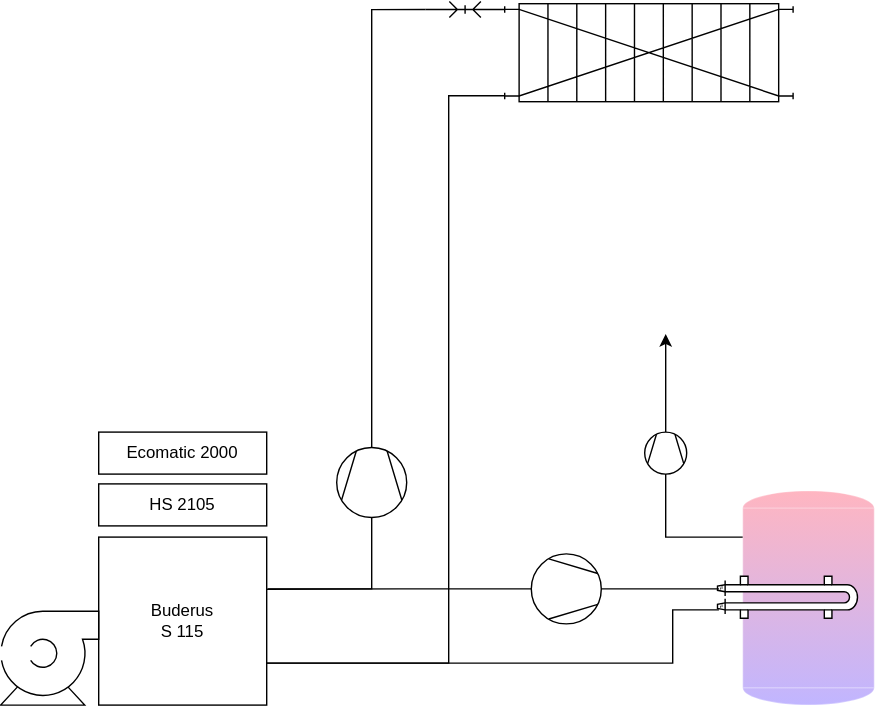
Above: c18_heating.svg in doedelmeier/c18 (draw.io), before the change. Source tidied: cells renumbered, new cells last; positions are measured from the earlier drawing's top-left corner, leaving out a move shared by most shapes.
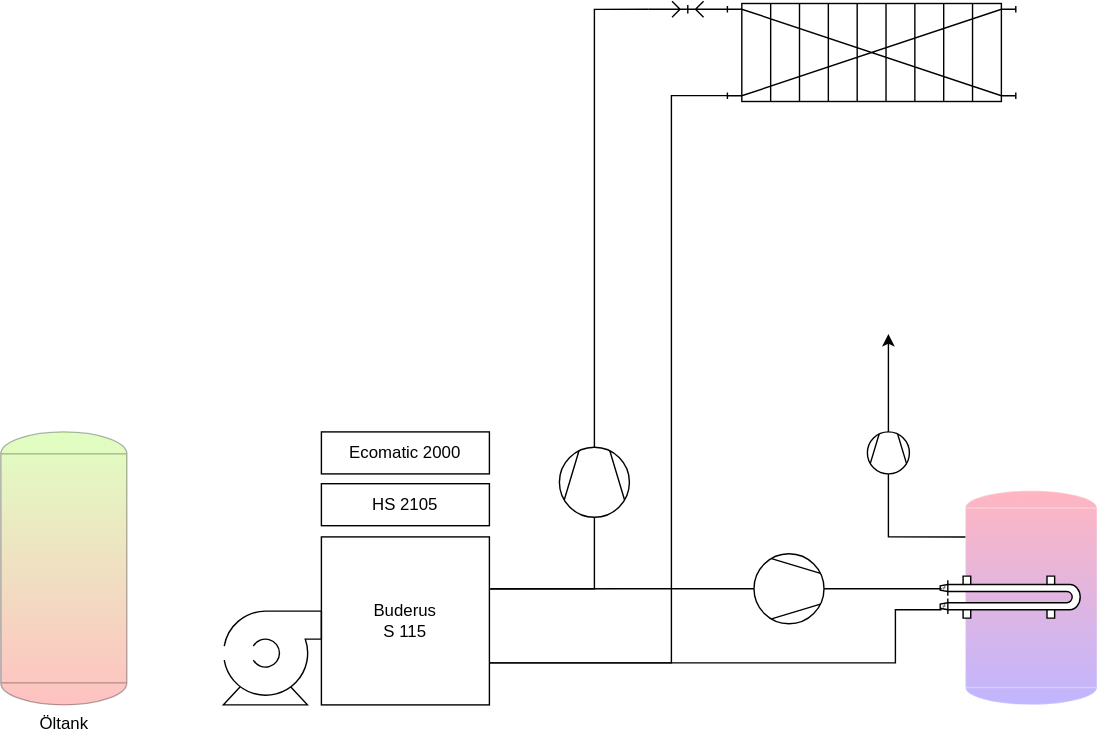
Later version of the same file.

Change to the diagram source:
```diff
@@ -22,7 +22,7 @@
     <mxCell id="6" style="edgeStyle=orthogonalEdgeStyle;rounded=0;jettySize=auto;html=1;exitX=0.5;exitY=0;exitDx=0;exitDy=0;exitPerimeter=0;entryX=0;entryY=0.06;entryDx=0;entryDy=0;entryPerimeter=0;endArrow=none;endFill=0;" parent="1" edge="1" source="5" target="3">
       <mxGeometry relative="1" as="geometry" />
     </mxCell>
-    <mxCell id="7" style="shape=mxgraph.pid.vessels.tank;html=1;align=center;verticalLabelPosition=bottom;verticalAlign=top;dashed=0;fillColor=#FF0C31;fontColor=#ffffff;strokeColor=#FFFFFF;gradientColor=#310CFF;gradientDirection=south;opacity=30;" parent="1" vertex="1">
+    <mxCell id="7" value="Brauchwasserspeicher" style="shape=mxgraph.pid.vessels.tank;html=1;align=center;verticalLabelPosition=bottom;verticalAlign=top;dashed=0;fillColor=#FF0C31;fontColor=#ffffff;strokeColor=#FFFFFF;gradientColor=#310CFF;gradientDirection=south;opacity=30;" parent="1" vertex="1">
       <mxGeometry x="530" y="372" width="94" height="152.9" as="geometry" />
     </mxCell>
     <mxCell id="8" style="shape=mxgraph.pid.heat_exchangers.hairpin_exchanger;html=1;align=center;verticalLabelPosition=bottom;verticalAlign=top;dashed=0;" parent="1" vertex="1">
@@ -74,5 +74,8 @@
     <mxCell id="21" style="edgeStyle=orthogonalEdgeStyle;rounded=0;jettySize=auto;html=1;exitX=0;exitY=0.5;exitDx=0;exitDy=0;exitPerimeter=0;entryX=0;entryY=0.216;entryDx=0;entryDy=0;entryPerimeter=0;endArrow=none;endFill=0;" parent="1" edge="1" source="20" target="7">
       <mxGeometry relative="1" as="geometry" />
     </mxCell>
+    <mxCell id="22" value="Öltank" style="shape=mxgraph.pid.vessels.tank;html=1;align=center;verticalLabelPosition=bottom;verticalAlign=top;dashed=0;gradientColor=#FF3333;fillColor=#99FF33;opacity=30;" parent="1" vertex="1">
+      <mxGeometry x="-159" y="330" width="90" height="195" as="geometry" />
+    </mxCell>
   </root>
 </mxGraphModel>
```
